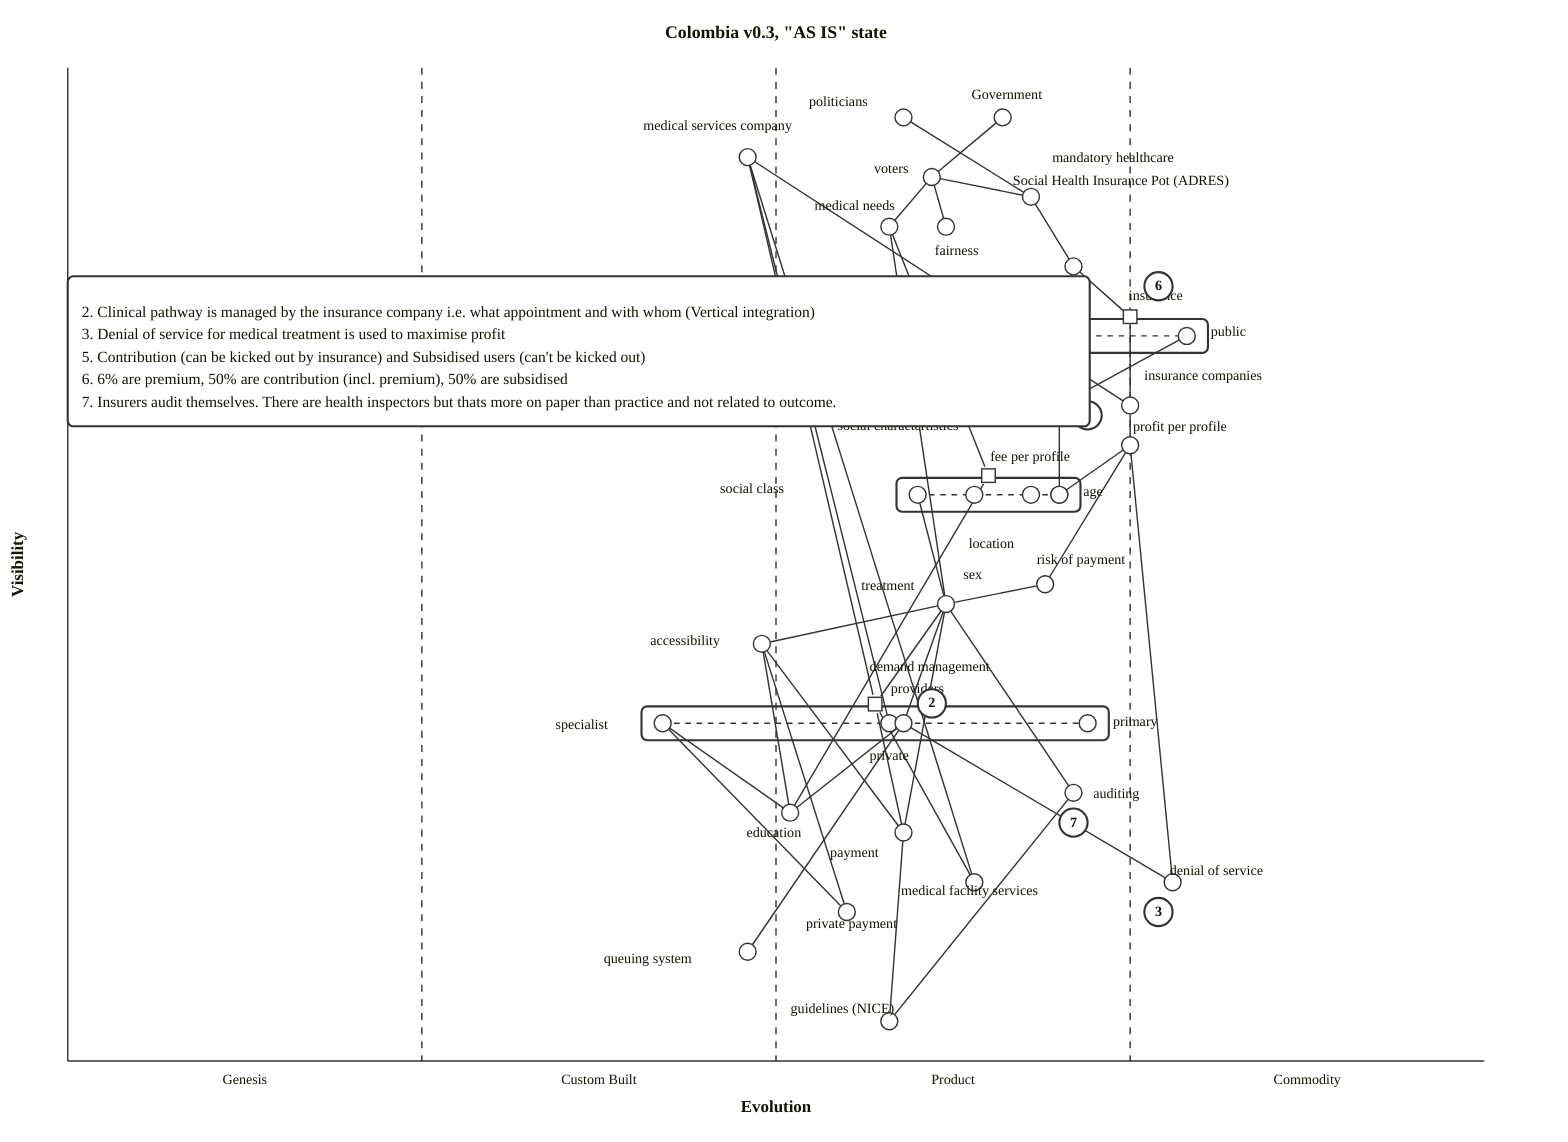
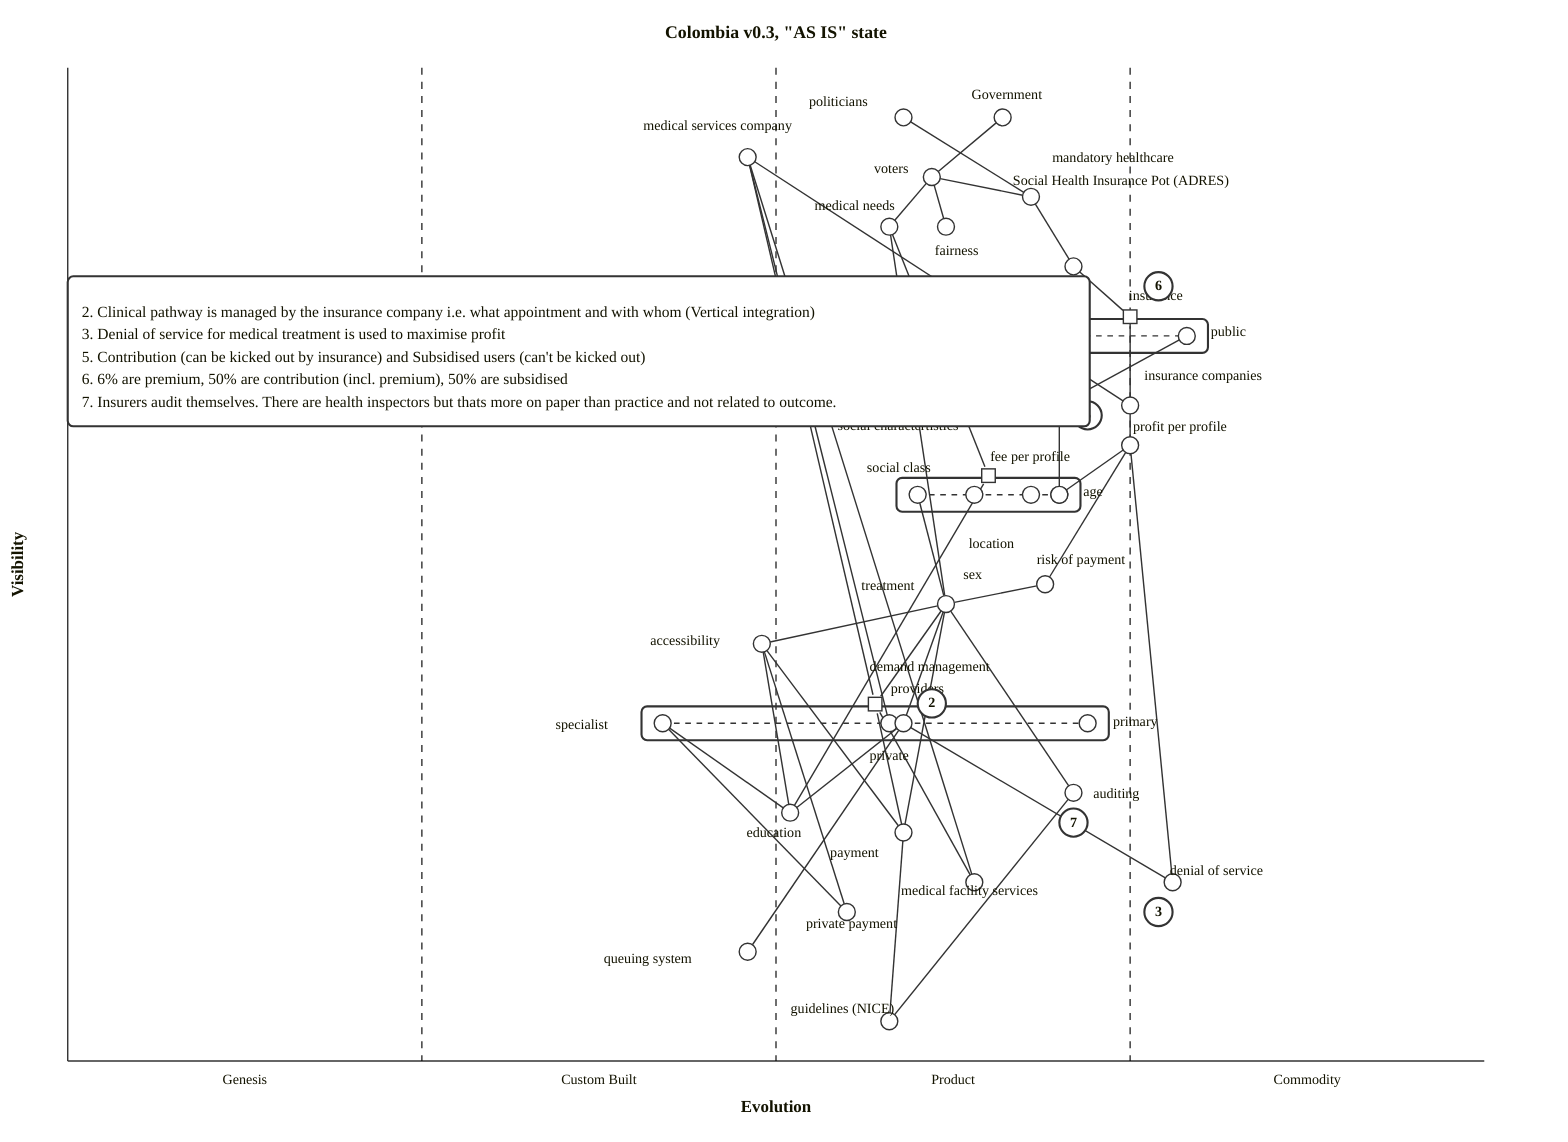
wardley-beta

title Colombia v0.3, "AS IS" state
size [1100, 800]
component fairness [0.84, 0.62] label [-8, 20]
component accessibility [0.42, 0.49] label [-79, 1]
component insurance [0.73, 0.74] label [-1, -12]
pipeline insurance {
  component premium (pre-paid) [0.71] label [-80, -15]
  component public [0.79] label [17, 0]
}
component medical services company [0.91, 0.48] label [-74, -19]

component providers [0.34, 0.69] label [11, -8]
pipeline providers {
  component specialist [0.42] label [-76, 4]
  component private [0.58] label [-14, 26]
  component demand management [0.59] label [-24, -37]
  component primary [0.72] label [18, 2]
}
component denial of service [0.18, 0.78] label [-2, -5]
component mandatory healthcare [0.87, 0.68] label [15, -25]
component Government [0.95, 0.66] label [-22, -13]
component queuing system [0.11, 0.48] label [-102, 8]
component auditing [0.27, 0.71] label [14, 4]
component education [0.25, 0.51] label [-31, 17]
component voters [0.89, 0.61] label [-41, -3]

component medical needs [0.84, 0.58] label [-53, -12]

component politicians [0.95, 0.59] label [-67, -8]
component payment [0.23, 0.59] label [-52, 17]
component guidelines (NICE) [0.04, 0.58] label [-70, -6]
component treatment [0.46, 0.62] label [-60, -10]

annotation 2,[0.36, 0.61] "Clinical pathway is managed by the insurance company i.e. what appointment and with whom (Vertical integration)"
annotation 3,[0.15, 0.77] "Denial of service for medical treatment is used to maximise profit"
annotation 5,[0.65, 0.72] "Contribution (can be kicked out by insurance) and Subsidised users (can't be kicked out)"
annotation 6,[0.78, 0.77] "6% are premium, 50% are contribution (incl. premium), 50% are subsidised"
annotation 7,[0.24, 0.71] "Insurers audit themselves. There are health inspectors but thats more on paper than practice and not related to outcome."
annotations [0.79, 0.00]

component insurance companies [0.66, 0.75] label [10, -18]
component Social Health Insurance Pot (ADRES) [0.80, 0.71] label [-43, -58]

component capitation fee [0.66, 0.70] label [-87, 2]
component social charactertistics [0.57, 0.62] label [-107, -32]
pipeline social charactertistics {
-   component social class [0.6] label [-140, -1]
+   component social class [0.6] label [-36, -16]
  component location [0.64] label [-4, 38]
  component sex [0.68] label [-48, 60]
  component fee per profile [0.7] label [-49, -24]
  component age [0.7] label [17, 1]
}
component profit per profile [0.62, 0.75] label [2, -10]

component medical facility services [0.18, 0.64] label [-52, 9]

component risk of payment [0.48, 0.69] label [-6, -14]
component private payment [0.15, 0.55] label [-29, 11]

voters -> mandatory healthcare
mandatory healthcare -> politicians
Government -> budget
mandatory healthcare -> budget
insurance -> subscription model
denial of service -> subscription model
subscription model -> demand management
demand management -> providers
demand management -> queuing system
demand management -> education
providers -> treatment
treatment -> auditing

treatment -> payment
payment -> budget
guidelines (NICE) -> payment
voters -> medical needs
medical needs -> services
medical needs -> treatment
auditing -> guidelines (NICE)

providers -> subscription model
Social Health Insurance Pot (ADRES) -> mandatory healthcare
insurance -> Social Health Insurance Pot (ADRES)
insurance -> insurance companies
public -> capitation fee

capitation fee -> fee per profile
fee per profile -> social charactertistics
medical needs -> social charactertistics
treatment -> demand management
profit per profile -> insurance companies
profit per profile -> denial of service
fee per profile -> profit per profile
risk of payment -> profit per profile

risk of payment -> treatment
social charactertistics -> education
providers -> payment
specialist -> education
private payment -> specialist
demand management -> denial of service

treatment -> accessibility
accessibility -> education
accessibility -> payment
accessibility -> private payment
voters -> fairness
Government -> voters
treatment -> social class

medical services company -> insurance companies
medical services company -> providers
medical services company -> private
providers -> medical facility services
medical facility services -> medical services company

